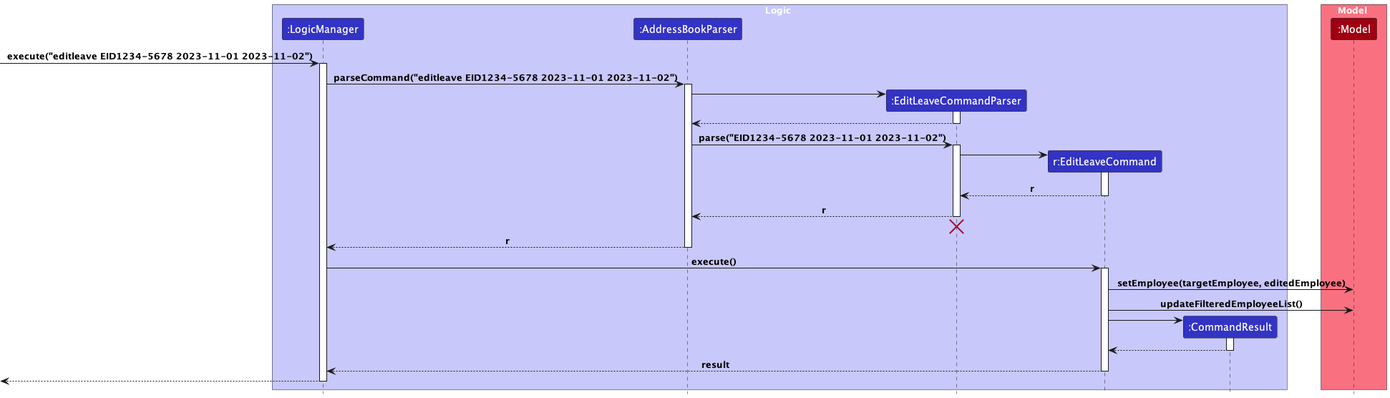
Before: docs/images/EditLeaveSequenceDiagram.png, a diagram exported from PlantUML (nus-cs2103-AY2324S1/tp).
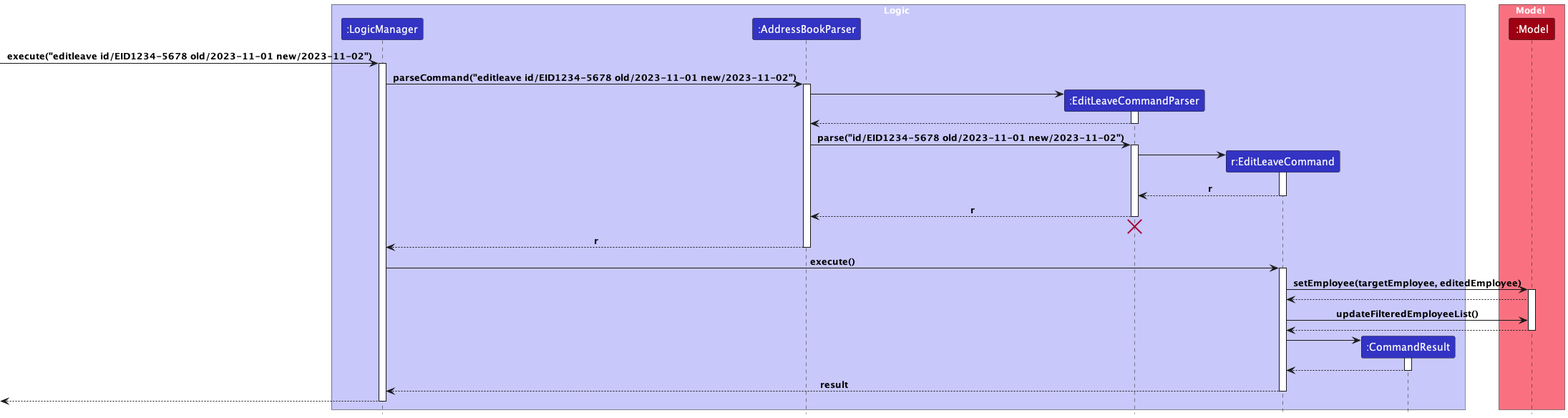
The same diagram one commit later.

What changed in the source:
```diff
@@ -12,10 +12,10 @@
 box Model MODEL_COLOR_T1
 participant ":Model" as Model MODEL_COLOR
 end box
-[-> LogicManager : execute("editleave EID1234-5678 2023-11-01 2023-11-02")
+[-> LogicManager : execute("editleave id/EID1234-5678 old/2023-11-01 new/2023-11-02")
 activate LogicManager
 
-LogicManager -> AddressBookParser : parseCommand("editleave EID1234-5678 2023-11-01 2023-11-02")
+LogicManager -> AddressBookParser : parseCommand("editleave id/EID1234-5678 old/2023-11-01 new/2023-11-02")
 activate AddressBookParser
 
 create EditLeaveCommandParser
@@ -25,7 +25,7 @@
 EditLeaveCommandParser --> AddressBookParser
 deactivate EditLeaveCommandParser
 
-AddressBookParser -> EditLeaveCommandParser : parse("EID1234-5678 2023-11-01 2023-11-02")
+AddressBookParser -> EditLeaveCommandParser : parse("id/EID1234-5678 old/2023-11-01 new/2023-11-02")
 activate EditLeaveCommandParser
 
 create EditLeaveCommand
@@ -48,7 +48,14 @@
 activate EditLeaveCommand
 
 EditLeaveCommand -> Model : setEmployee(targetEmployee, editedEmployee)
+activate Model
+
+Model --> EditLeaveCommand
+
 EditLeaveCommand -> Model : updateFilteredEmployeeList()
+
+Model --> EditLeaveCommand
+deactivate Model
 
 create CommandResult
 EditLeaveCommand -> CommandResult
```
